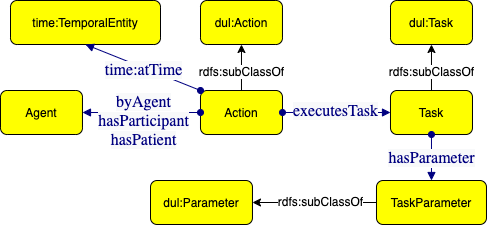
Before: src/Action.png, a diagram exported from draw.io (luigi-asprino/MON). Source tidied: cells renumbered, new cells last; positions are measured from the earlier drawing's top-left corner, leaving out a move shared by most shapes.
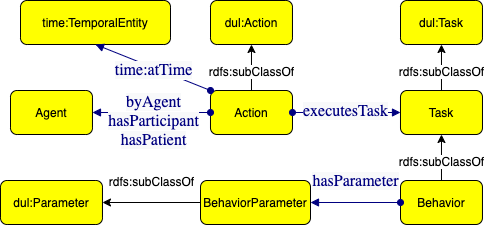
After the commit.

Commit message:
Update rasr and action

What changed in the source:
```diff
@@ -36,8 +36,8 @@
         <mxPoint y="-2" as="offset" />
       </mxGeometry>
     </mxCell>
-    <mxCell id="12" value="TaskParameter" style="graphMlID=n4;shape=rect;rounded=1;arcsize=30;fillColor=#ffff00;strokeColor=#000000;strokeWidth=1.0;" parent="1" vertex="1">
-      <mxGeometry x="376" y="180" width="110" height="44" as="geometry" />
+    <mxCell id="12" value="BehaviorParameter" style="graphMlID=n4;shape=rect;rounded=1;arcsize=30;fillColor=#ffff00;strokeColor=#000000;strokeWidth=1.0;" parent="1" vertex="1">
+      <mxGeometry x="190" y="180" width="110" height="44" as="geometry" />
     </mxCell>
     <mxCell id="13" value="Agent" style="graphMlID=n4;shape=rect;rounded=1;arcsize=30;fillColor=#ffff00;strokeColor=#000000;strokeWidth=1.0;" parent="1" vertex="1">
       <mxGeometry y="90" width="82" height="44" as="geometry" />
@@ -59,24 +59,35 @@
     <mxCell id="18" value="&lt;span style=&quot;color: rgb(0 , 0 , 128) ; font-family: &amp;#34;dialog&amp;#34; ; font-size: 16px ; background-color: rgb(248 , 249 , 250)&quot;&gt;time:atTime&lt;/span&gt;" style="text;html=1;align=center;verticalAlign=middle;labelBackgroundColor=#ffffff;" parent="17" vertex="1">
       <mxGeometry x="-0.02" y="2" relative="1" as="geometry" />
     </mxCell>
-    <mxCell id="19" style="graphMlID=e0;rounded=0;endArrow=block;strokeColor=#000080;strokeWidth=1.0;startArrow=oval;startFill=1;endFill=1;exitX=0.5;exitY=1;exitDx=0;exitDy=0;entryX=0.5;entryY=0;entryDx=0;entryDy=0;" parent="1" edge="1" source="3" target="12">
-      <mxGeometry relative="1" as="geometry" />
-    </mxCell>
-    <mxCell id="20" value="&lt;span style=&quot;color: rgb(0 , 0 , 128) ; font-family: &amp;#34;dialog&amp;#34; ; font-size: 16px ; background-color: rgb(248 , 249 , 250)&quot;&gt;hasParameter&lt;/span&gt;" style="text;html=1;align=center;verticalAlign=middle;labelBackgroundColor=#ffffff;" parent="19" vertex="1">
-      <mxGeometry x="-0.02" y="2" relative="1" as="geometry">
-        <mxPoint x="-2" as="offset" />
-      </mxGeometry>
-    </mxCell>
     <mxCell id="21" value="dul:Parameter" style="graphMlID=n4;shape=rect;rounded=1;arcsize=30;fillColor=#ffff00;strokeColor=#000000;strokeWidth=1.0;" parent="1" vertex="1">
-      <mxGeometry x="150" y="180" width="102" height="44" as="geometry" />
+      <mxGeometry x="-10" y="180" width="102" height="44" as="geometry" />
     </mxCell>
     <mxCell id="22" style="endArrow=classic;html=1;textDirection=ltr;entryX=1;entryY=0.5;entryDx=0;entryDy=0;exitX=0;exitY=0.5;exitDx=0;exitDy=0;" parent="1" edge="1" source="12" target="21">
       <mxGeometry relative="1" as="geometry" />
     </mxCell>
     <mxCell id="23" value="rdfs:subClassOf" style="text;html=1;align=center;verticalAlign=middle;labelBackgroundColor=#ffffff;rotation=0;" parent="22" vertex="1">
       <mxGeometry x="-0.22" relative="1" as="geometry">
-        <mxPoint x="-8" y="-2" as="offset" />
+        <mxPoint x="-12" y="-22" as="offset" />
       </mxGeometry>
     </mxCell>
+    <mxCell id="24" value="Behavior" style="graphMlID=n4;shape=rect;rounded=1;arcsize=30;fillColor=#ffff00;strokeColor=#000000;strokeWidth=1.0;" parent="1" vertex="1">
+      <mxGeometry x="390" y="180" width="82" height="44" as="geometry" />
+    </mxCell>
+    <mxCell id="25" style="endArrow=classic;html=1;textDirection=ltr;exitX=0.5;exitY=0;exitDx=0;exitDy=0;entryX=0.5;entryY=1;entryDx=0;entryDy=0;" parent="1" edge="1" source="24" target="3">
+      <mxGeometry relative="1" as="geometry" />
+    </mxCell>
+    <mxCell id="26" value="rdfs:subClassOf" style="text;html=1;align=center;verticalAlign=middle;labelBackgroundColor=#ffffff;rotation=0;" parent="25" vertex="1">
+      <mxGeometry x="-0.22" relative="1" as="geometry">
+        <mxPoint y="-2" as="offset" />
+      </mxGeometry>
+    </mxCell>
+    <mxCell id="27" style="graphMlID=e0;rounded=0;endArrow=block;strokeColor=#000080;strokeWidth=1.0;startArrow=oval;startFill=1;endFill=1;exitX=0;exitY=0.5;exitDx=0;exitDy=0;" parent="1" edge="1" source="24" target="12">
+      <mxGeometry relative="1" as="geometry" />
+    </mxCell>
+    <mxCell id="20" value="&lt;span style=&quot;color: rgb(0 , 0 , 128) ; font-family: &amp;#34;dialog&amp;#34; ; font-size: 16px ; background-color: rgb(248 , 249 , 250)&quot;&gt;hasParameter&lt;/span&gt;" style="text;html=1;align=center;verticalAlign=middle;labelBackgroundColor=#ffffff;" parent="27" vertex="1">
+      <mxGeometry x="-0.02" y="2" relative="1" as="geometry">
+        <mxPoint x="-2" y="-24" as="offset" />
+      </mxGeometry>
+    </mxCell>
   </root>
 </mxGraphModel>
```
